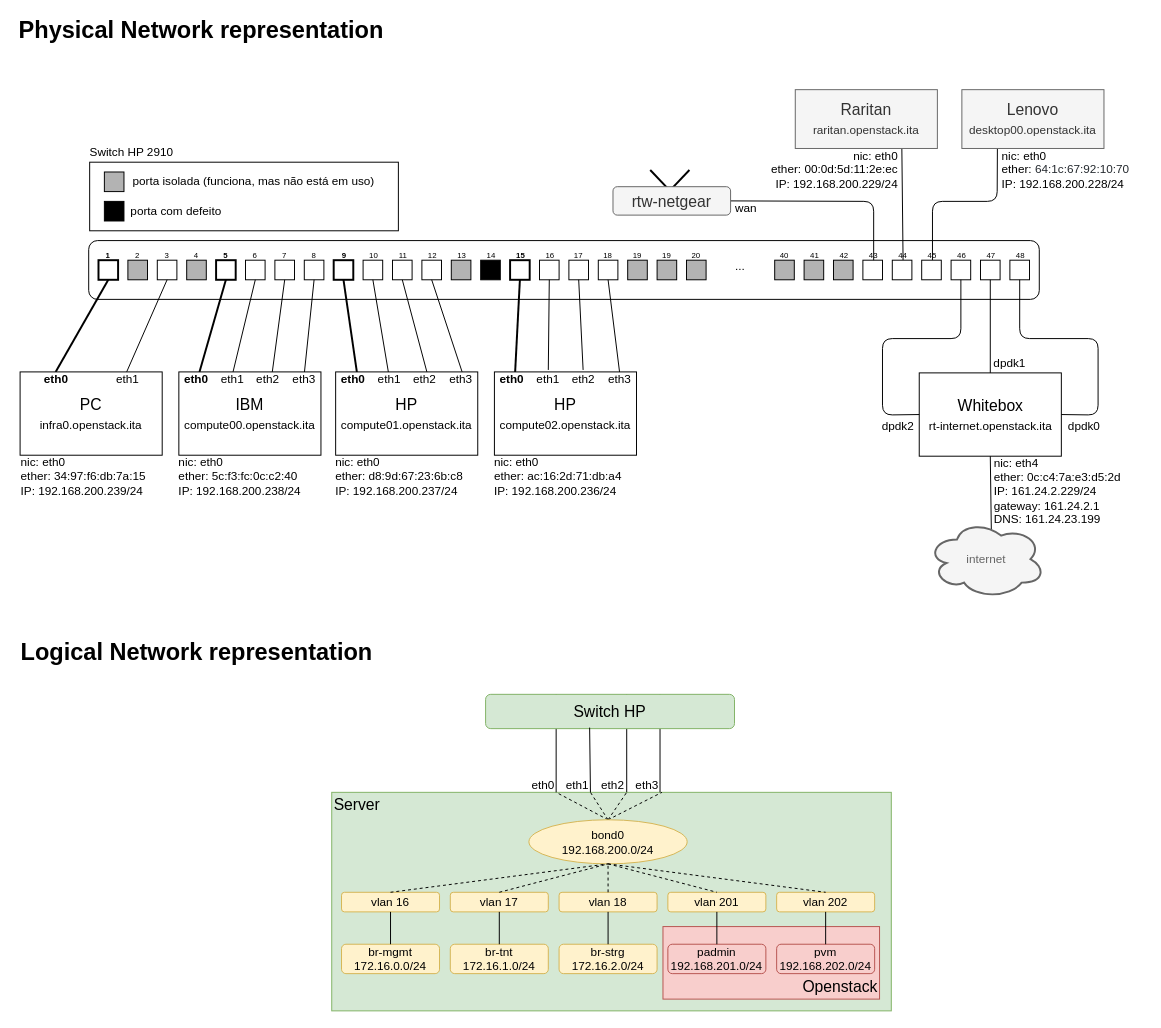
This is topology/Openstack_Cloud.drawio from emersonbarea/Openstack_Cloud, a draw.io file, before an edit. Source tidied: cells renumbered, new cells numbered last; positions are measured from the earlier drawing's top-left corner, leaving out a move shared by most shapes. Both pictures are drawn from the tidied source at 98%, with x=0, y=0 at pixel (17, 21).
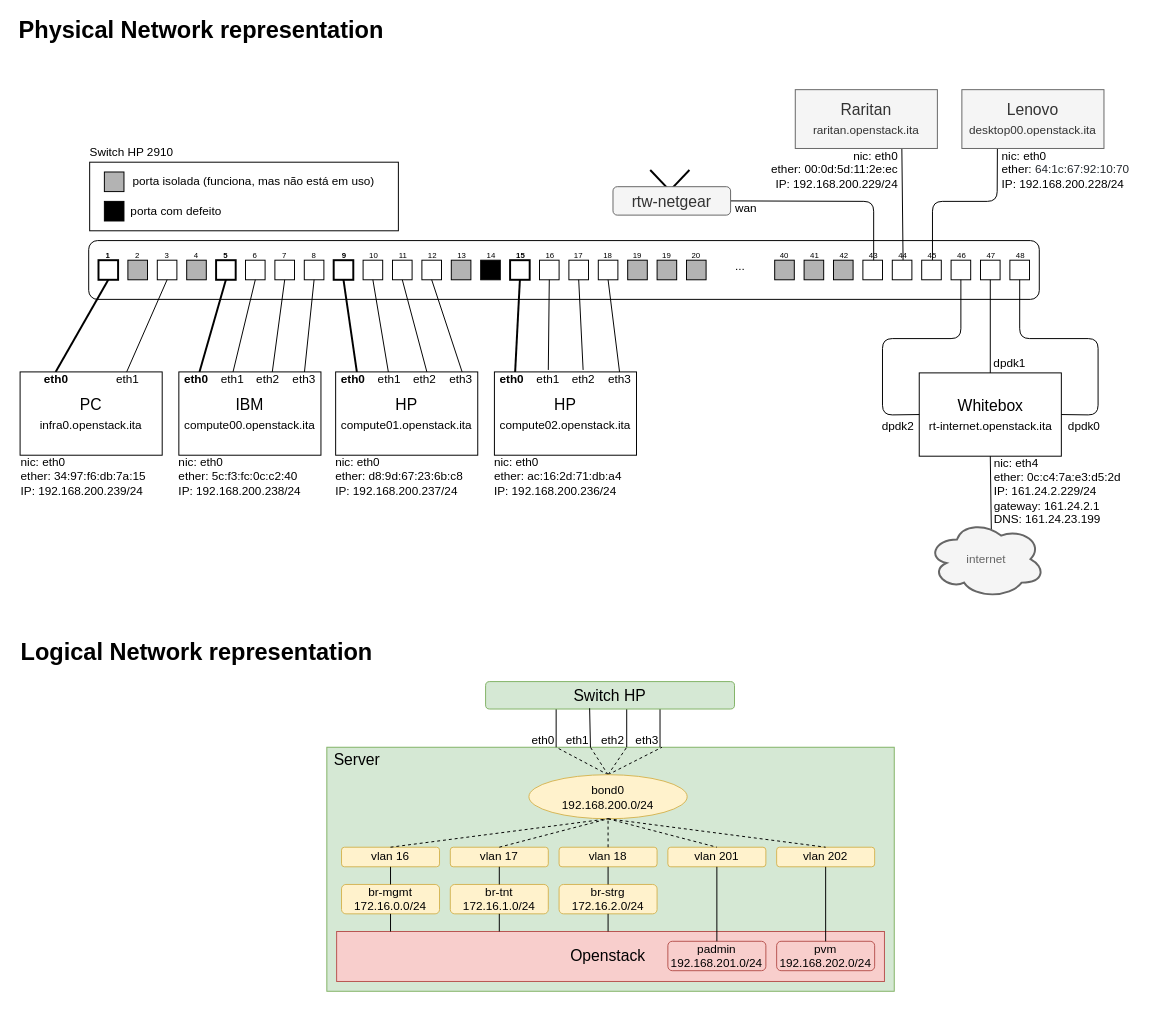
The same page after the edit.

What changed in the source:
```diff
@@
     <mxCell id="128" style="rounded=0;whiteSpace=wrap;html=1;fontSize=16;fillColor=#d5e8d4;strokeColor=#82b366;" parent="1" vertex="1">
-      <mxGeometry x="321" y="787" width="571" height="223" as="geometry" />
+      <mxGeometry x="316" y="741" width="579" height="249" as="geometry" />
     </mxCell>
     <mxCell id="129" value="eth1" style="text;html=1;strokeColor=none;fillColor=none;align=center;verticalAlign=middle;whiteSpace=wrap;rounded=0;fontSize=12;fontColor=#000000;" parent="1" vertex="1">
-      <mxGeometry x="552" y="770" width="40" height="20" as="geometry" />
+      <mxGeometry x="552" y="724" width="40" height="20" as="geometry" />
     </mxCell>
     <mxCell id="130" value="eth0" style="text;html=1;strokeColor=none;fillColor=none;align=center;verticalAlign=middle;whiteSpace=wrap;rounded=0;fontSize=12;fontColor=#000000;fontStyle=0;" parent="1" vertex="1">
-      <mxGeometry x="517" y="770" width="40" height="20" as="geometry" />
+      <mxGeometry x="517" y="724" width="40" height="20" as="geometry" />
     </mxCell>
     <mxCell id="131" value="eth2" style="text;html=1;strokeColor=none;fillColor=none;align=center;verticalAlign=middle;whiteSpace=wrap;rounded=0;fontSize=12;fontColor=#000000;" parent="1" vertex="1">
-      <mxGeometry x="588" y="770" width="40" height="20" as="geometry" />
+      <mxGeometry x="588" y="724" width="40" height="20" as="geometry" />
     </mxCell>
     <mxCell id="132" value="eth3" style="text;html=1;strokeColor=none;fillColor=none;align=center;verticalAlign=middle;whiteSpace=wrap;rounded=0;fontSize=12;fontColor=#000000;" parent="1" vertex="1">
-      <mxGeometry x="623" y="770" width="40" height="20" as="geometry" />
+      <mxGeometry x="623" y="724" width="40" height="20" as="geometry" />
     </mxCell>
     <mxCell id="133" style="endArrow=none;dashed=1;html=1;fontSize=16;exitX=0.5;exitY=0;exitDx=0;exitDy=0;" parent="1" edge="1" source="137">
       <mxGeometry relative="1" as="geometry">
-        <mxPoint x="550" y="787" as="targetPoint" />
+        <mxPoint x="550" y="741" as="targetPoint" />
       </mxGeometry>
     </mxCell>
     <mxCell id="134" style="endArrow=none;dashed=1;html=1;fontSize=16;exitX=0.5;exitY=0;exitDx=0;exitDy=0;" parent="1" edge="1" source="137">
       <mxGeometry relative="1" as="geometry">
-        <mxPoint x="585" y="787" as="targetPoint" />
+        <mxPoint x="585" y="741" as="targetPoint" />
       </mxGeometry>
     </mxCell>
     <mxCell id="135" style="endArrow=none;dashed=1;html=1;fontSize=16;exitX=0.5;exitY=0;exitDx=0;exitDy=0;" parent="1" edge="1" source="137">
       <mxGeometry relative="1" as="geometry">
-        <mxPoint x="622" y="787" as="targetPoint" />
+        <mxPoint x="622" y="741" as="targetPoint" />
       </mxGeometry>
     </mxCell>
     <mxCell id="136" style="endArrow=none;dashed=1;html=1;fontSize=16;exitX=0.5;exitY=0;exitDx=0;exitDy=0;" parent="1" edge="1" source="137">
       <mxGeometry relative="1" as="geometry">
-        <mxPoint x="658" y="787" as="targetPoint" />
+        <mxPoint x="658" y="741" as="targetPoint" />
       </mxGeometry>
     </mxCell>
     <mxCell id="137" value="bond0&lt;br&gt;192.168.200.0/24" style="ellipse;whiteSpace=wrap;html=1;fillColor=#fff2cc;strokeColor=#d6b656;" parent="1" vertex="1">
-      <mxGeometry x="522.2" y="815" width="161.5" height="45" as="geometry" />
+      <mxGeometry x="522.2" y="769" width="161.5" height="45" as="geometry" />
     </mxCell>
     <mxCell id="138" style="endArrow=none;html=1;" parent="1" edge="1">
       <mxGeometry relative="1" as="geometry">
-        <mxPoint x="550" y="787" as="sourcePoint" />
-        <mxPoint x="550" y="687" as="targetPoint" />
+        <mxPoint x="550" y="741" as="sourcePoint" />
+        <mxPoint x="550" y="688" as="targetPoint" />
       </mxGeometry>
     </mxCell>
-    <mxCell id="139" style="endArrow=none;html=1;" parent="1" edge="1" source="150">
-      <mxGeometry relative="1" as="geometry">
-        <mxPoint x="585" y="687" as="targetPoint" />
-      </mxGeometry>
-    </mxCell>
     <mxCell id="140" style="endArrow=none;html=1;" parent="1" edge="1">
       <mxGeometry relative="1" as="geometry">
-        <mxPoint x="622" y="787" as="sourcePoint" />
-        <mxPoint x="622" y="687" as="targetPoint" />
+        <mxPoint x="622" y="741" as="sourcePoint" />
+        <mxPoint x="622" y="688" as="targetPoint" />
       </mxGeometry>
     </mxCell>
     <mxCell id="141" style="endArrow=none;html=1;" parent="1" edge="1">
       <mxGeometry relative="1" as="geometry">
-        <mxPoint x="656" y="787" as="sourcePoint" />
-        <mxPoint x="656" y="687" as="targetPoint" />
+        <mxPoint x="656" y="741" as="sourcePoint" />
+        <mxPoint x="656" y="688" as="targetPoint" />
       </mxGeometry>
     </mxCell>
     <mxCell id="142" value="vlan 16" style="rounded=1;whiteSpace=wrap;html=1;fontSize=12;fillColor=#fff2cc;strokeColor=#d6b656;" parent="1" vertex="1">
-      <mxGeometry x="331" y="889" width="100" height="20" as="geometry" />
+      <mxGeometry x="331" y="843" width="100" height="20" as="geometry" />
     </mxCell>
     <mxCell id="143" value="vlan 17" style="rounded=1;whiteSpace=wrap;html=1;fontSize=12;fillColor=#fff2cc;strokeColor=#d6b656;" parent="1" vertex="1">
-      <mxGeometry x="442" y="889" width="100" height="20" as="geometry" />
+      <mxGeometry x="442" y="843" width="100" height="20" as="geometry" />
     </mxCell>
     <mxCell id="144" value="vlan 18" style="rounded=1;whiteSpace=wrap;html=1;fontSize=12;fillColor=#fff2cc;strokeColor=#d6b656;" parent="1" vertex="1">
-      <mxGeometry x="553" y="889" width="100" height="20" as="geometry" />
+      <mxGeometry x="553" y="843" width="100" height="20" as="geometry" />
     </mxCell>
     <mxCell id="145" value="vlan 201" style="rounded=1;whiteSpace=wrap;html=1;fontSize=12;fillColor=#fff2cc;strokeColor=#d6b656;" parent="1" vertex="1">
-      <mxGeometry x="664" y="889" width="100" height="20" as="geometry" />
+      <mxGeometry x="664" y="843" width="100" height="20" as="geometry" />
     </mxCell>
@@
     <mxCell id="150" value="Switch HP" style="rounded=1;whiteSpace=wrap;html=1;fontSize=16;fillColor=#d5e8d4;strokeColor=#82b366;" parent="1" vertex="1">
-      <mxGeometry x="478" y="687" width="254" height="35" as="geometry" />
+      <mxGeometry x="478" y="674" width="254" height="28" as="geometry" />
     </mxCell>
     <mxCell id="151" style="endArrow=none;html=1;entryX=0.418;entryY=0.971;entryDx=0;entryDy=0;entryPerimeter=0;" parent="1" edge="1" target="150">
       <mxGeometry relative="1" as="geometry">
-        <mxPoint x="585" y="787" as="sourcePoint" />
+        <mxPoint x="585" y="741" as="sourcePoint" />
       </mxGeometry>
     </mxCell>
     <mxCell id="152" value="Server" style="text;html=1;strokeColor=none;fillColor=none;align=center;verticalAlign=middle;whiteSpace=wrap;rounded=0;fontSize=16;" parent="1" vertex="1">
-      <mxGeometry x="327" y="790" width="40" height="20" as="geometry" />
+      <mxGeometry x="327" y="744" width="40" height="20" as="geometry" />
     </mxCell>
     <mxCell id="153" value="br-mgmt&lt;br&gt;172.16.0.0/24" style="rounded=1;whiteSpace=wrap;html=1;fontSize=12;fillColor=#fff2cc;strokeColor=#d6b656;" parent="1" vertex="1">
-      <mxGeometry x="331" y="942" width="100" height="30" as="geometry" />
+      <mxGeometry x="331" y="881" width="100" height="30" as="geometry" />
     </mxCell>
     <mxCell id="154" value="br-tnt&lt;br&gt;172.16.1.0/24" style="rounded=1;whiteSpace=wrap;html=1;fontSize=12;fillColor=#fff2cc;strokeColor=#d6b656;" parent="1" vertex="1">
-      <mxGeometry x="442" y="942" width="100" height="30" as="geometry" />
+      <mxGeometry x="442" y="881" width="100" height="30" as="geometry" />
     </mxCell>
     <mxCell id="155" value="vlan 202" style="rounded=1;whiteSpace=wrap;html=1;fontSize=12;fillColor=#fff2cc;strokeColor=#d6b656;" parent="1" vertex="1">
-      <mxGeometry x="775" y="889" width="100" height="20" as="geometry" />
+      <mxGeometry x="775" y="843" width="100" height="20" as="geometry" />
     </mxCell>
@@
     <mxCell id="157" value="br-strg&lt;br&gt;172.16.2.0/24" style="rounded=1;whiteSpace=wrap;html=1;fontSize=12;fillColor=#fff2cc;strokeColor=#d6b656;" parent="1" vertex="1">
-      <mxGeometry x="553" y="942" width="100" height="30" as="geometry" />
+      <mxGeometry x="553" y="881" width="100" height="30" as="geometry" />
     </mxCell>
@@
     <mxCell id="161" style="rounded=0;whiteSpace=wrap;html=1;fontSize=16;fillColor=#f8cecc;strokeColor=#b85450;" parent="1" vertex="1">
-      <mxGeometry x="659" y="924" width="221" height="74" as="geometry" />
+      <mxGeometry x="326" y="929" width="559" height="51" as="geometry" />
     </mxCell>
     <mxCell id="162" value="padmin&lt;br&gt;192.168.201.0/24" style="rounded=1;whiteSpace=wrap;html=1;fontSize=12;fillColor=#f8cecc;strokeColor=#b85450;" parent="1" vertex="1">
-      <mxGeometry x="664" y="942" width="100" height="30" as="geometry" />
+      <mxGeometry x="664" y="939" width="100" height="30" as="geometry" />
     </mxCell>
     <mxCell id="163" value="pvm&lt;br&gt;192.168.202.0/24" style="rounded=1;whiteSpace=wrap;html=1;fontSize=12;fillColor=#f8cecc;strokeColor=#b85450;" parent="1" vertex="1">
-      <mxGeometry x="775" y="942" width="100" height="30" as="geometry" />
+      <mxGeometry x="775" y="939" width="100" height="30" as="geometry" />
     </mxCell>
     <mxCell id="164" value="Openstack" style="text;html=1;strokeColor=none;fillColor=none;align=center;verticalAlign=middle;whiteSpace=wrap;rounded=0;fontSize=16;" parent="1" vertex="1">
-      <mxGeometry x="820" y="975" width="40" height="20" as="geometry" />
+      <mxGeometry x="583" y="944" width="40" height="20" as="geometry" />
     </mxCell>
@@
+    <mxCell id="169" style="endArrow=none;html=1;fontSize=16;entryX=0.5;entryY=1;entryDx=0;entryDy=0;exitX=0.5;exitY=0;exitDx=0;exitDy=0;" parent="1" edge="1">
+      <mxGeometry relative="1" as="geometry">
+        <mxPoint x="381" y="929" as="sourcePoint" />
+        <mxPoint x="381" y="911" as="targetPoint" />
+      </mxGeometry>
+    </mxCell>
+    <mxCell id="170" style="endArrow=none;html=1;fontSize=16;entryX=0.5;entryY=1;entryDx=0;entryDy=0;exitX=0.5;exitY=0;exitDx=0;exitDy=0;" parent="1" edge="1">
+      <mxGeometry relative="1" as="geometry">
+        <mxPoint x="492" y="929" as="sourcePoint" />
+        <mxPoint x="492" y="911" as="targetPoint" />
+      </mxGeometry>
+    </mxCell>
+    <mxCell id="171" style="endArrow=none;html=1;fontSize=16;entryX=0.5;entryY=1;entryDx=0;entryDy=0;" parent="1" edge="1">
+      <mxGeometry relative="1" as="geometry">
+        <mxPoint x="603" y="929" as="sourcePoint" />
+        <mxPoint x="603" y="911" as="targetPoint" />
+      </mxGeometry>
+    </mxCell>
```
